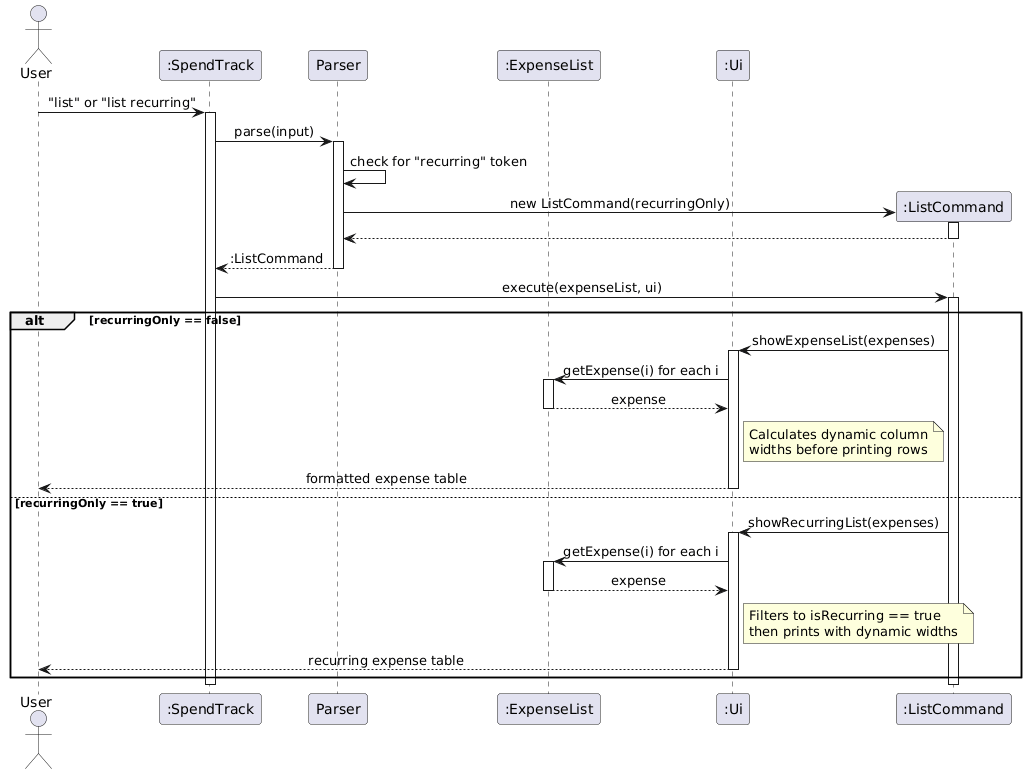
Above: docs/images/ListCommandSequence.png in AbhijitBalajee/tp (PlantUML), before the change.
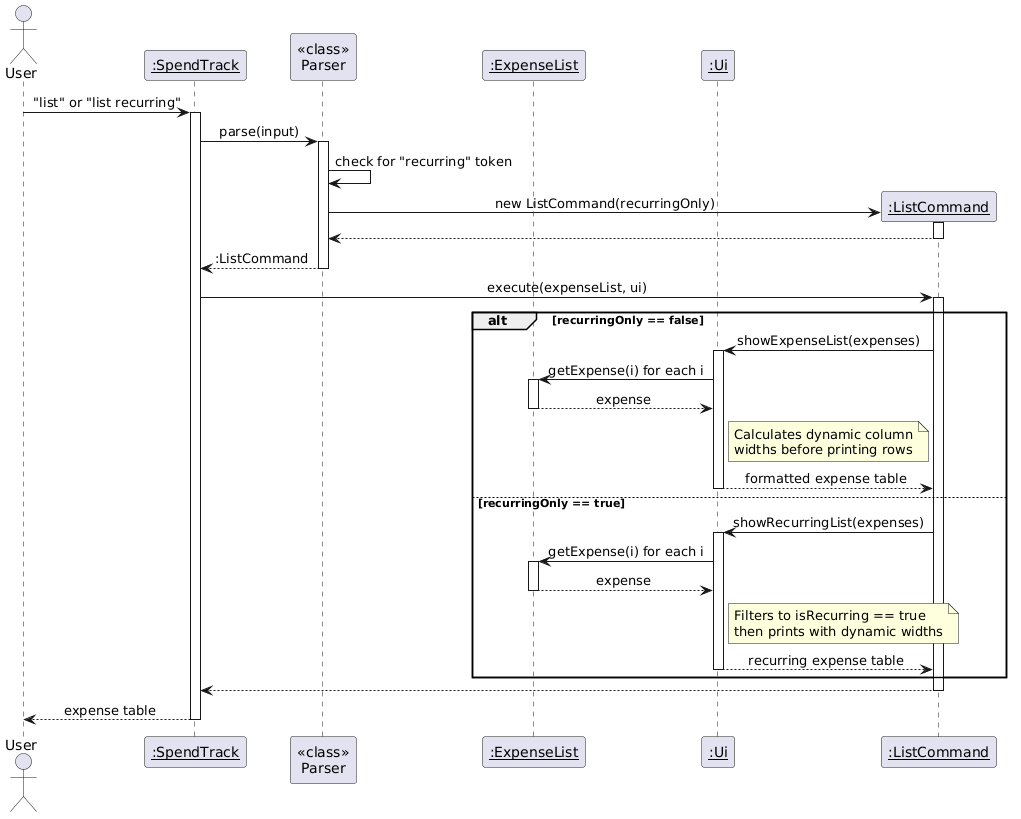
Later version of the same file.

Commit message:
fix: UML diagram notation issues in DG sequence and class diagrams

The edit, as a diff of the source:
```diff
@@ -4,10 +4,10 @@
 skinparam sequenceMessageAlign center
 
 actor User
-participant ":SpendTrack" as ST
-participant "Parser" as P
-participant ":ExpenseList" as EL
-participant ":Ui" as UI
+participant "<u>:SpendTrack</u>" as ST
+participant "<<class>>\nParser" as P
+participant "<u>:ExpenseList</u>" as EL
+participant "<u>:Ui</u>" as UI
 
 User -> ST : "list" or "list recurring"
 activate ST
@@ -15,7 +15,7 @@
 activate P
 P -> P : check for "recurring" token
 
-create participant ":ListCommand" as LC
+create participant "<u>:ListCommand</u>" as LC
 P -> LC : new ListCommand(recurringOnly)
 activate LC
 LC --> P
@@ -38,7 +38,7 @@
         Calculates dynamic column
         widths before printing rows
     end note
-    UI --> User : formatted expense table
+    UI --> LC : formatted expense table
     deactivate UI
 else recurringOnly == true
     LC -> UI : showRecurringList(expenses)
@@ -51,10 +51,12 @@
         Filters to isRecurring == true
         then prints with dynamic widths
     end note
-    UI --> User : recurring expense table
+    UI --> LC : recurring expense table
     deactivate UI
 end
 
+LC --> ST
 deactivate LC
+ST --> User : expense table
 deactivate ST
 @enduml
```
